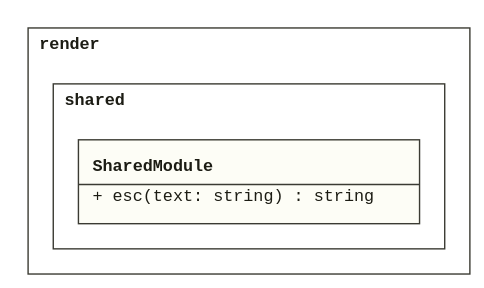
Earlier version of the PlantUML export doc/assets/CL_SharedModule.svg (derivasoftware/plantuml-render). Its source is kept beside it as design/lld/render/CL_SharedModule.puml. Source of this version:
```plantuml
@startuml CL_SharedModule

!startsub SharedModule

namespace render.shared {
  class "<<module>>" as SharedModule {
    + esc(text: string) : string
  }
}

!endsub

@enduml
```
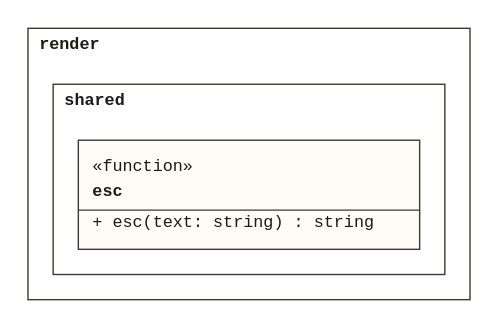
Above is the later version.

What changed in the source:
```diff
@@ -3,7 +3,7 @@
 !startsub SharedModule
 
 namespace render.shared {
-  class "<<module>>" as SharedModule {
+  class esc <<function>> {
     + esc(text: string) : string
   }
 }
```
